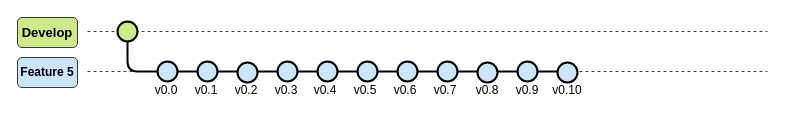
This is page "Feature5" (2 of 2) of 03_ImagenesRepo/01_GitFlow.drawio from LEOSZ8/Tesis_Msc_LSZ, a draw.io file, before an edit. Source tidied: cells renumbered, new cells numbered last; positions are measured from the earlier drawing's top-left corner, leaving out a move shared by most shapes. Both pictures are drawn from the tidied source at 100%, with x=0, y=0 at pixel (17, 17).
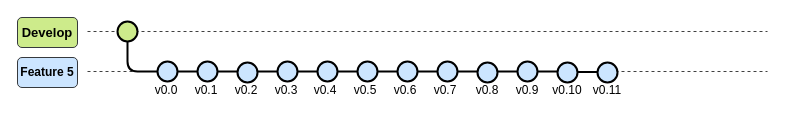
The same page after the edit.

What changed in the source:
```diff
@@
+    <mxCell id="40" style="edgeStyle=orthogonalEdgeStyle;rounded=0;orthogonalLoop=1;jettySize=auto;html=1;endArrow=none;endFill=0;strokeWidth=2;" parent="1" edge="1">
+      <mxGeometry relative="1" as="geometry">
+        <mxPoint x="560" y="54.5" as="sourcePoint" />
+        <mxPoint x="580" y="53.5" as="targetPoint" />
+      </mxGeometry>
+    </mxCell>
@@
+    <mxCell id="41" style="ellipse;whiteSpace=wrap;html=1;fillColor=#cce5ff;strokeColor=#000000;strokeWidth=2;" parent="1" vertex="1">
+      <mxGeometry x="580" y="45" width="20" height="20" as="geometry" />
+    </mxCell>
+    <mxCell id="42" value="v0.11" style="text;html=1;align=center;verticalAlign=middle;whiteSpace=wrap;rounded=0;" parent="1" vertex="1">
+      <mxGeometry x="575" y="67" width="30" height="12" as="geometry" />
+    </mxCell>
```
